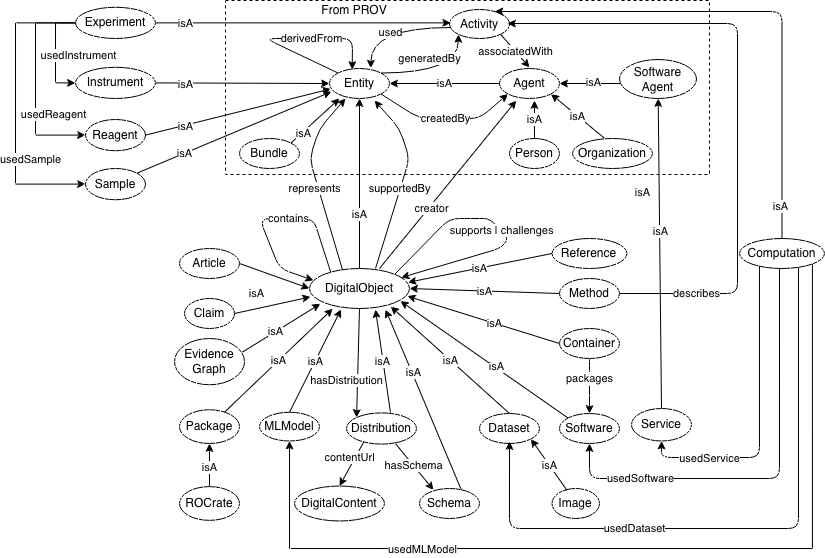
Above: resources/images/v13/EVI-v-1-3.png in fairscape/EVI (draw.io), before the change. Source tidied: cells renumbered, new cells last; positions are measured from the earlier drawing's top-left corner, leaving out a move shared by most shapes.
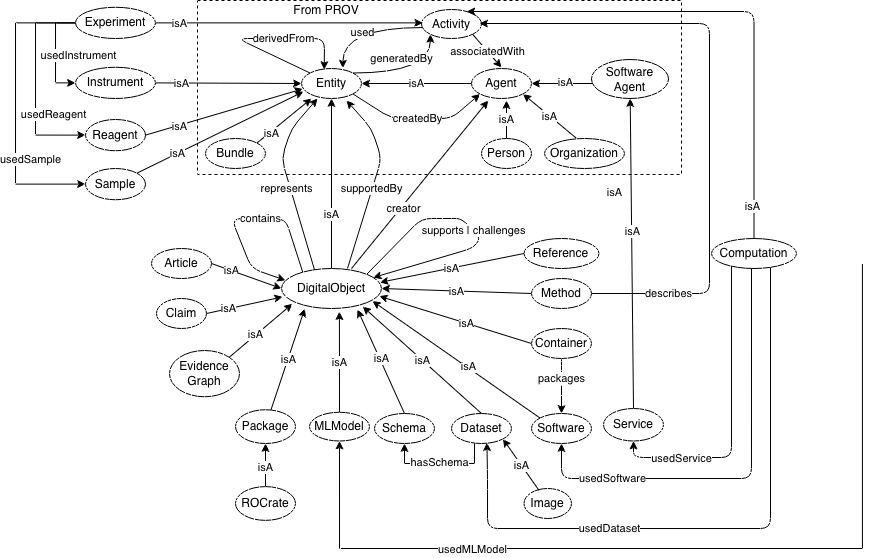
The same diagram one commit later.

Change to the diagram source:
```diff
@@ -160,13 +160,13 @@
       </mxGeometry>
     </mxCell>
     <mxCell id="34" value="Evidence&lt;div&gt;Graph&lt;/div&gt;" style="ellipse;whiteSpace=wrap;html=1;" parent="1" vertex="1">
-      <mxGeometry x="159" y="338" width="70" height="46.2" as="geometry" />
+      <mxGeometry x="182" y="350" width="70" height="46.2" as="geometry" />
     </mxCell>
     <mxCell id="35" value="MLModel" style="ellipse;whiteSpace=wrap;html=1;" parent="1" vertex="1">
-      <mxGeometry x="244" y="411.8" width="60" height="28.8" as="geometry" />
+      <mxGeometry x="322" y="411.8" width="60" height="28.8" as="geometry" />
     </mxCell>
     <mxCell id="36" value="Package" style="ellipse;whiteSpace=wrap;html=1;" parent="1" vertex="1">
-      <mxGeometry x="164" y="409.2" width="60" height="33.8" as="geometry" />
+      <mxGeometry x="248" y="409.2" width="60" height="33.8" as="geometry" />
     </mxCell>
     <mxCell id="37" value="Method" style="ellipse;whiteSpace=wrap;html=1;" parent="1" vertex="1">
       <mxGeometry x="544" y="278" width="60" height="30" as="geometry" />
@@ -174,7 +174,7 @@
     <mxCell id="38" value="Reference" style="ellipse;whiteSpace=wrap;html=1;" parent="1" vertex="1">
       <mxGeometry x="536.5" y="238" width="75" height="30" as="geometry" />
     </mxCell>
-    <mxCell id="39" style="endArrow=classic;html=1;exitX=0.972;exitY=0.293;exitDx=0;exitDy=0;exitPerimeter=0;entryX=0.109;entryY=0.882;entryDx=0;entryDy=0;entryPerimeter=0;" parent="1" edge="1" source="34" target="19">
+    <mxCell id="39" style="endArrow=classic;html=1;exitX=1;exitY=0;exitDx=0;exitDy=0;entryX=0.109;entryY=0.882;entryDx=0;entryDy=0;entryPerimeter=0;" parent="1" edge="1" source="34" target="19">
       <mxGeometry relative="1" as="geometry" />
     </mxCell>
     <mxCell id="40" value="isA" style="edgeLabel;html=1;align=center;verticalAlign=middle;" parent="39" vertex="1">
@@ -182,7 +182,7 @@
         <mxPoint x="-5.8" y="3.1" as="offset" />
       </mxGeometry>
     </mxCell>
-    <mxCell id="41" style="endArrow=classic;html=1;exitX=0.5;exitY=0;exitDx=0;exitDy=0;entryX=0.316;entryY=1.02;entryDx=0;entryDy=0;entryPerimeter=0;" parent="1" edge="1" source="35" target="19">
+    <mxCell id="41" style="endArrow=classic;html=1;exitX=0.5;exitY=0;exitDx=0;exitDy=0;entryX=0.579;entryY=1.078;entryDx=0;entryDy=0;entryPerimeter=0;" parent="1" edge="1" source="35" target="19">
       <mxGeometry relative="1" as="geometry" />
     </mxCell>
     <mxCell id="42" value="isA" style="edgeLabel;html=1;align=center;verticalAlign=middle;" parent="41" vertex="1">
@@ -228,11 +228,12 @@
         <mxPoint x="-41" y="191" as="offset" />
       </mxGeometry>
     </mxCell>
-    <mxCell id="53" style="edgeStyle=orthogonalEdgeStyle;rounded=0;jettySize=auto;html=1;exitX=1;exitY=1;exitDx=0;exitDy=0;entryX=0.5;entryY=1;entryDx=0;entryDy=0;" parent="1" edge="1" source="55" target="35">
+    <mxCell id="53" style="edgeStyle=orthogonalEdgeStyle;rounded=0;jettySize=auto;html=1;exitX=1;exitY=1;exitDx=0;exitDy=0;entryX=0.5;entryY=1;entryDx=0;entryDy=0;" parent="1" edge="1" target="35">
       <mxGeometry relative="1" as="geometry">
+        <mxPoint x="874.9" y="263.5" as="sourcePoint" />
         <Array as="points">
-          <mxPoint x="797" y="548" />
-          <mxPoint x="274" y="548" />
+          <mxPoint x="875" y="548" />
+          <mxPoint x="352" y="548" />
         </Array>
       </mxGeometry>
     </mxCell>
@@ -294,12 +295,12 @@
         <mxPoint x="-132.5" as="offset" />
       </mxGeometry>
     </mxCell>
-    <mxCell id="68" style="endArrow=classic;html=1;edgeStyle=orthogonalEdgeStyle;" parent="1" edge="1" source="55">
+    <mxCell id="68" style="endArrow=classic;html=1;edgeStyle=orthogonalEdgeStyle;entryX=0.591;entryY=0.972;entryDx=0;entryDy=0;entryPerimeter=0;" parent="1" edge="1" source="55" target="57">
       <mxGeometry relative="1" as="geometry">
-        <mxPoint x="494" y="441" as="targetPoint" />
         <Array as="points">
           <mxPoint x="783" y="528" />
-          <mxPoint x="494" y="528" />
+          <mxPoint x="500" y="528" />
+          <mxPoint x="500" y="479" />
         </Array>
       </mxGeometry>
     </mxCell>
@@ -355,17 +356,6 @@
     <mxCell id="80" value="isA" style="edgeLabel;html=1;align=center;verticalAlign=middle;" parent="79" vertex="1">
       <mxGeometry relative="1" as="geometry" />
     </mxCell>
-    <mxCell id="81" style="edgeStyle=none;rounded=0;jettySize=auto;html=1;exitX=0.249;exitY=0.923;exitDx=0;exitDy=0;entryX=0.5;entryY=0;entryDx=0;entryDy=0;exitPerimeter=0;" parent="1" edge="1" source="83" target="91">
-      <mxGeometry relative="1" as="geometry" />
-    </mxCell>
-    <mxCell id="82" value="contentUrl" style="edgeLabel;html=1;align=center;verticalAlign=middle;" parent="81" vertex="1">
-      <mxGeometry x="-0.33" relative="1" as="geometry">
-        <mxPoint x="-6.5" as="offset" />
-      </mxGeometry>
-    </mxCell>
-    <mxCell id="83" value="Distribution" style="ellipse;whiteSpace=wrap;html=1;fillColor=none;" parent="1" vertex="1">
-      <mxGeometry x="331" y="412.4" width="70" height="31.2" as="geometry" />
-    </mxCell>
     <mxCell id="84" style="edgeStyle=none;rounded=0;jettySize=auto;html=1;exitX=1;exitY=0.5;exitDx=0;exitDy=0;entryX=0.012;entryY=0.709;entryDx=0;entryDy=0;entryPerimeter=0;" parent="1" edge="1" source="85" target="19">
       <mxGeometry relative="1" as="geometry" />
     </mxCell>
@@ -373,7 +363,7 @@
       <mxGeometry x="169" y="298" width="50" height="30" as="geometry" />
     </mxCell>
     <mxCell id="86" value="Schema" style="ellipse;whiteSpace=wrap;html=1;fillColor=none;strokeColor=#000000;" parent="1" vertex="1">
-      <mxGeometry x="404" y="488" width="60" height="30" as="geometry" />
+      <mxGeometry x="387" y="413" width="60" height="30" as="geometry" />
     </mxCell>
     <mxCell id="87" value="Software&lt;br&gt;Agent" style="ellipse;whiteSpace=wrap;html=1;" parent="1" vertex="1">
       <mxGeometry x="604" y="59" width="77" height="39" as="geometry" />
@@ -387,19 +377,16 @@
       <mxGeometry x="-0.51" y="-1" relative="1" as="geometry" />
     </mxCell>
     <mxCell id="90" value="Bundle" style="ellipse;whiteSpace=wrap;html=1;" parent="1" vertex="1">
-      <mxGeometry x="224" y="138" width="60" height="30" as="geometry" />
+      <mxGeometry x="218" y="138" width="60" height="30" as="geometry" />
     </mxCell>
-    <mxCell id="91" value="DigitalContent" style="ellipse;whiteSpace=wrap;html=1;fillColor=none;" parent="1" vertex="1">
-      <mxGeometry x="279" y="485.5" width="90" height="35" as="geometry" />
-    </mxCell>
-    <mxCell id="92" style="endArrow=classic;html=1;exitX=0.695;exitY=0.036;exitDx=0;exitDy=0;exitPerimeter=0;" parent="1" edge="1" source="86">
+    <mxCell id="92" style="endArrow=classic;html=1;exitX=0.5;exitY=0;exitDx=0;exitDy=0;" parent="1" edge="1" source="86">
       <mxGeometry relative="1" as="geometry">
         <mxPoint x="370" y="309" as="targetPoint" />
       </mxGeometry>
     </mxCell>
     <mxCell id="93" value="isA" style="edgeLabel;html=1;align=center;verticalAlign=middle;" parent="92" vertex="1">
       <mxGeometry x="-0.32" y="-3" relative="1" as="geometry">
-        <mxPoint x="-25" y="-55" as="offset" />
+        <mxPoint x="-10" y="-19" as="offset" />
       </mxGeometry>
     </mxCell>
     <mxCell id="94" style="rounded=0;jettySize=auto;html=1;exitX=0;exitY=0.5;exitDx=0;exitDy=0;entryX=0.978;entryY=0.692;entryDx=0;entryDy=0;entryPerimeter=0;" parent="1" edge="1" source="97" target="19">
@@ -421,28 +408,15 @@
     </mxCell>
     <mxCell id="99" value="isA" style="edgeLabel;html=1;align=center;verticalAlign=middle;" parent="98" vertex="1">
       <mxGeometry x="0.19" relative="1" as="geometry">
-        <mxPoint x="-24.8" y="15" as="offset" />
+        <mxPoint x="-25" y="30" as="offset" />
       </mxGeometry>
     </mxCell>
+    <mxCell id="104" value="isA" style="edgeLabel;html=1;align=center;verticalAlign=middle;" parent="98" vertex="1">
+      <mxGeometry x="-0.44" relative="1" as="geometry" />
+    </mxCell>
     <mxCell id="100" value="Article" style="ellipse;whiteSpace=wrap;html=1;fillColor=none;strokeColor=#000000;" parent="1" vertex="1">
       <mxGeometry x="164" y="248" width="60" height="30" as="geometry" />
     </mxCell>
-    <mxCell id="101" style="rounded=0;jettySize=auto;html=1;exitX=0.702;exitY=0.989;exitDx=0;exitDy=0;entryX=0.233;entryY=0.049;entryDx=0;entryDy=0;entryPerimeter=0;exitPerimeter=0;" parent="1" edge="1" source="83" target="86">
-      <mxGeometry relative="1" as="geometry" />
-    </mxCell>
-    <mxCell id="102" value="hasSchema" style="edgeLabel;html=1;align=center;verticalAlign=middle;" parent="101" vertex="1">
-      <mxGeometry x="-0.08" relative="1" as="geometry" />
-    </mxCell>
-    <mxCell id="103" style="rounded=0;jettySize=auto;html=1;exitX=0.628;exitY=-0.013;exitDx=0;exitDy=0;exitPerimeter=0;" parent="1" edge="1" source="83">
-      <mxGeometry relative="1" as="geometry">
-        <mxPoint x="360" y="309" as="targetPoint" />
-      </mxGeometry>
-    </mxCell>
-    <mxCell id="104" value="isA" style="edgeLabel;html=1;align=center;verticalAlign=middle;" parent="103" vertex="1">
-      <mxGeometry x="-0.47" y="1" relative="1" as="geometry">
-        <mxPoint x="-3" y="-24" as="offset" />
-      </mxGeometry>
-    </mxCell>
     <mxCell id="105" style="edgeStyle=orthogonalEdgeStyle;rounded=0;jettySize=auto;html=1;exitX=0.5;exitY=0;exitDx=0;exitDy=0;entryX=0.5;entryY=1;entryDx=0;entryDy=0;" parent="1" edge="1" source="107" target="36">
       <mxGeometry relative="1" as="geometry" />
     </mxCell>
@@ -450,18 +424,8 @@
       <mxGeometry x="-0.09" relative="1" as="geometry" />
     </mxCell>
     <mxCell id="107" value="ROCrate" style="ellipse;whiteSpace=wrap;html=1;" parent="1" vertex="1">
-      <mxGeometry x="164" y="486.1" width="60" height="33.8" as="geometry" />
+      <mxGeometry x="248" y="486.1" width="60" height="33.8" as="geometry" />
     </mxCell>
-    <mxCell id="108" style="rounded=0;jettySize=auto;html=1;entryX=0;entryY=0;entryDx=0;entryDy=0;" parent="1" edge="1" target="83">
-      <mxGeometry relative="1" as="geometry">
-        <mxPoint x="344" y="308" as="sourcePoint" />
-      </mxGeometry>
-    </mxCell>
-    <mxCell id="109" value="hasDistribution" style="edgeLabel;html=1;align=center;verticalAlign=middle;" parent="108" vertex="1">
-      <mxGeometry x="0.32" y="-1" relative="1" as="geometry">
-        <mxPoint x="-10" as="offset" />
-      </mxGeometry>
-    </mxCell>
     <mxCell id="110" style="edgeStyle=orthogonalEdgeStyle;rounded=0;jettySize=auto;html=1;exitX=0;exitY=0.5;exitDx=0;exitDy=0;entryX=0;entryY=0.5;entryDx=0;entryDy=0;" parent="1" edge="1" source="116" target="117">
       <mxGeometry relative="1" as="geometry" />
     </mxCell>
@@ -473,8 +437,8 @@
     <mxCell id="112" style="edgeStyle=orthogonalEdgeStyle;rounded=0;jettySize=auto;html=1;exitX=0;exitY=0.5;exitDx=0;exitDy=0;entryX=0;entryY=0.5;entryDx=0;entryDy=0;" parent="1" edge="1" source="116" target="118">
       <mxGeometry relative="1" as="geometry">
         <Array as="points">
-          <mxPoint x="20" y="22" />
-          <mxPoint x="20" y="135" />
+          <mxPoint x="48" y="22" />
+          <mxPoint x="48" y="135" />
         </Array>
       </mxGeometry>
     </mxCell>
@@ -486,8 +450,8 @@
     <mxCell id="114" style="edgeStyle=orthogonalEdgeStyle;rounded=0;jettySize=auto;html=1;exitX=0;exitY=0.5;exitDx=0;exitDy=0;entryX=0;entryY=0.5;entryDx=0;entryDy=0;" parent="1" edge="1" source="116" target="119">
       <mxGeometry relative="1" as="geometry">
         <Array as="points">
-          <mxPoint y="22" />
-          <mxPoint y="184" />
+          <mxPoint x="28" y="22" />
+          <mxPoint x="28" y="184" />
         </Array>
       </mxGeometry>
     </mxCell>
@@ -497,16 +461,16 @@
       </mxGeometry>
     </mxCell>
     <mxCell id="116" value="Experiment" style="ellipse;whiteSpace=wrap;html=1;fillColor=none;" parent="1" vertex="1">
-      <mxGeometry x="60" y="6.8" width="80" height="31.2" as="geometry" />
+      <mxGeometry x="88" y="6.8" width="80" height="31.2" as="geometry" />
     </mxCell>
     <mxCell id="117" value="Instrument" style="ellipse;whiteSpace=wrap;html=1;fillColor=none;" parent="1" vertex="1">
-      <mxGeometry x="60" y="66.8" width="80" height="31.2" as="geometry" />
+      <mxGeometry x="88" y="66.8" width="80" height="31.2" as="geometry" />
     </mxCell>
     <mxCell id="118" value="Reagent" style="ellipse;whiteSpace=wrap;html=1;fillColor=none;" parent="1" vertex="1">
-      <mxGeometry x="70" y="119" width="60" height="31.2" as="geometry" />
+      <mxGeometry x="98" y="119" width="60" height="31.2" as="geometry" />
     </mxCell>
     <mxCell id="119" value="Sample" style="ellipse;whiteSpace=wrap;html=1;fillColor=none;" parent="1" vertex="1">
-      <mxGeometry x="70" y="168" width="60" height="31.2" as="geometry" />
+      <mxGeometry x="98" y="168" width="60" height="31.2" as="geometry" />
     </mxCell>
     <mxCell id="120" style="rounded=0;jettySize=auto;html=1;exitX=1;exitY=0.5;exitDx=0;exitDy=0;entryX=0.022;entryY=0.461;entryDx=0;entryDy=0;entryPerimeter=0;" parent="1" edge="1" source="116" target="2">
       <mxGeometry relative="1" as="geometry" />
@@ -521,7 +485,7 @@
     </mxCell>
     <mxCell id="123" value="isA" style="edgeLabel;html=1;align=center;verticalAlign=middle;" parent="122" vertex="1">
       <mxGeometry x="-0.21" y="-1" relative="1" as="geometry">
-        <mxPoint x="-39" as="offset" />
+        <mxPoint x="-32" y="-1" as="offset" />
       </mxGeometry>
     </mxCell>
     <mxCell id="124" style="rounded=0;jettySize=auto;html=1;exitX=1;exitY=0.5;exitDx=0;exitDy=0;entryX=0.022;entryY=0.679;entryDx=0;entryDy=0;entryPerimeter=0;" parent="1" edge="1" source="118" target="4">
@@ -538,5 +502,13 @@
     <mxCell id="127" value="isA" style="edgeLabel;html=1;align=center;verticalAlign=middle;" parent="126" vertex="1">
       <mxGeometry x="-0.51" relative="1" as="geometry" />
     </mxCell>
+    <mxCell id="128" style="rounded=0;jettySize=auto;html=1;exitX=0.384;exitY=0.995;exitDx=0;exitDy=0;entryX=0.5;entryY=1;entryDx=0;entryDy=0;exitPerimeter=0;edgeStyle=orthogonalEdgeStyle;" parent="1" edge="1" source="57" target="86">
+      <mxGeometry relative="1" as="geometry" />
+    </mxCell>
+    <mxCell id="102" value="hasSchema" style="edgeLabel;html=1;align=center;verticalAlign=middle;" parent="128" vertex="1">
+      <mxGeometry x="-0.08" relative="1" as="geometry">
+        <mxPoint x="-5" y="-1" as="offset" />
+      </mxGeometry>
+    </mxCell>
   </root>
 </mxGraphModel>
```
